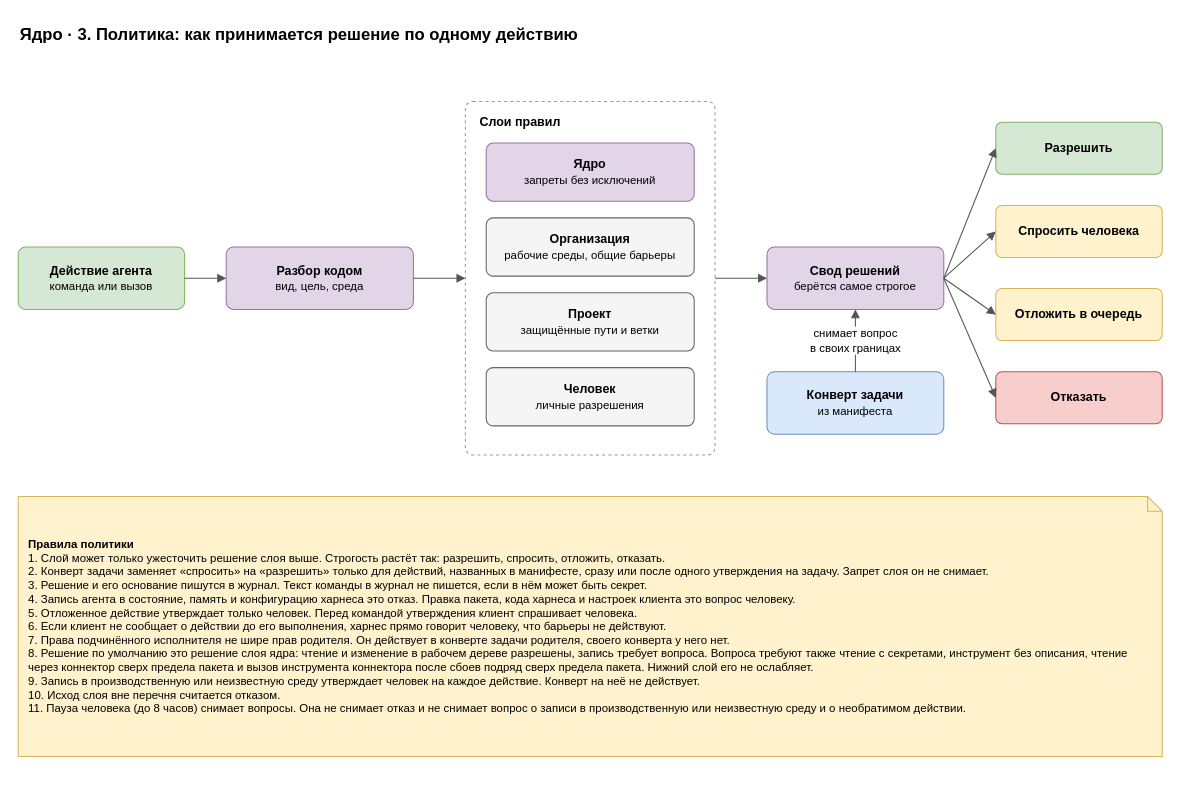
Above: page "3. Решение политики" (3 of 7) of docs/spec/harness-core.drawio in roygkov/reins (draw.io), before the change. Source tidied: cells renumbered, new cells numbered last; positions are measured from the earlier drawing's top-left corner, leaving out a move shared by most shapes. Both pictures are drawn from the tidied source at 104%, with x=0, y=0 at pixel (18, 18).
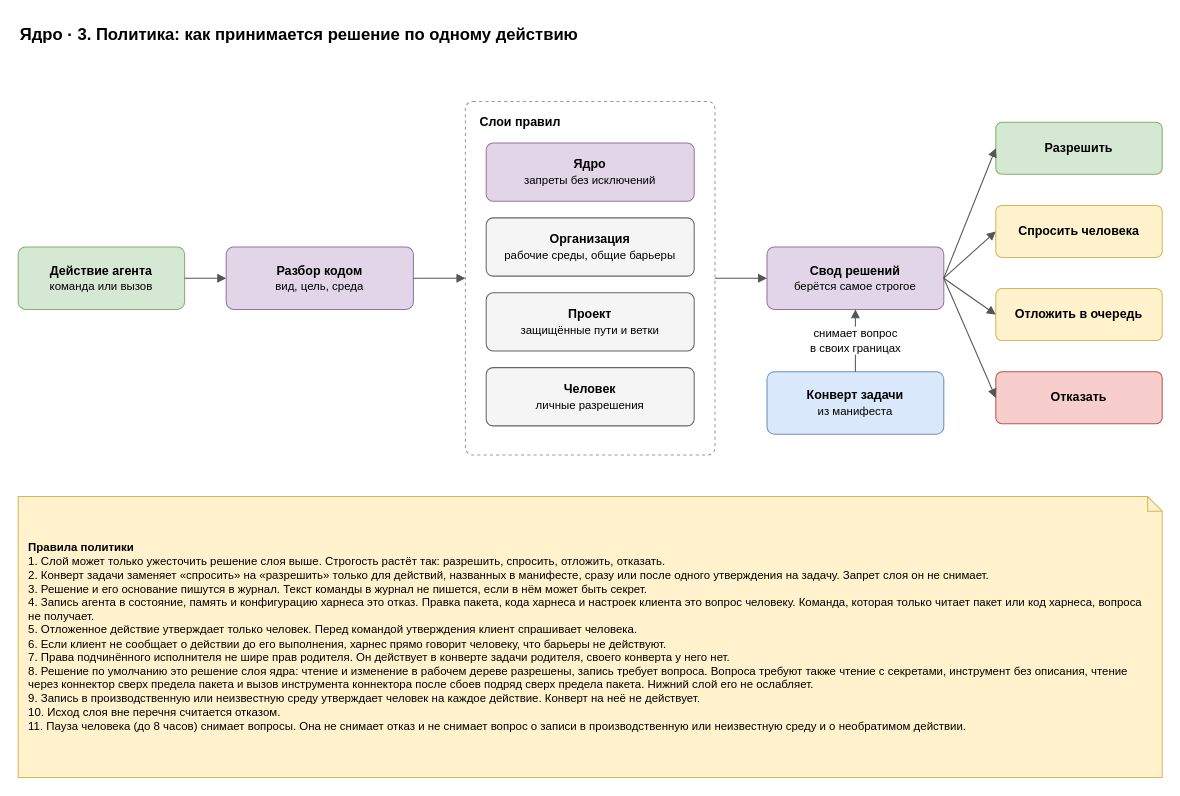
After the change.

Change to the diagram source:
```diff
@@
-    <mxCell id="24" value="&lt;b&gt;Правила политики&lt;/b&gt;&lt;br&gt;1. Слой может только ужесточить решение слоя выше. Строгость растёт так: разрешить, спросить, отложить, отказать.&lt;br&gt;2. Конверт задачи заменяет «спросить» на «разрешить» только для действий, названных в манифесте, сразу или после одного утверждения на задачу. Запрет слоя он не снимает.&lt;br&gt;3. Решение и его основание пишутся в журнал. Текст команды в журнал не пишется, если в нём может быть секрет.&lt;br&gt;4. Запись агента в состояние, память и конфигурацию харнеса это отказ. Правка пакета, кода харнеса и настроек клиента это вопрос человеку.&lt;br&gt;5. Отложенное действие утверждает только человек. Перед командой утверждения клиент спрашивает человека.&lt;br&gt;6. Если клиент не сообщает о действии до его выполнения, харнес прямо говорит человеку, что барьеры не действуют.&lt;br&gt;7. Права подчинённого исполнителя не шире прав родителя. Он действует в конверте задачи родителя, своего конверта у него нет.&lt;br&gt;8. Решение по умолчанию это решение слоя ядра: чтение и изменение в рабочем дереве разрешены, запись требует вопроса. Вопроса требуют также чтение с секретами, инструмент без описания, чтение через коннектор сверх предела пакета и вызов инструмента коннектора после сбоев подряд сверх предела пакета. Нижний слой его не ослабляет.&lt;br&gt;9. Запись в производственную или неизвестную среду утверждает человек на каждое действие. Конверт на неё не действует.&lt;br&gt;10. Исход слоя вне перечня считается отказом.&lt;br&gt;11. Пауза человека (до 8 часов) снимает вопросы. Она не снимает отказ и не снимает вопрос о записи в производственную или неизвестную среду и о необратимом действии." style="shape=note;whiteSpace=wrap;html=1;backgroundOutline=1;size=14;fillColor=#fff2cc;strokeColor=#d6b656;align=left;spacingLeft=8;spacingRight=8;fontSize=11;" parent="1" vertex="1">
-      <mxGeometry y="460" width="1100" height="250" as="geometry" />
+    <mxCell id="24" value="&lt;b&gt;Правила политики&lt;/b&gt;&lt;br&gt;1. Слой может только ужесточить решение слоя выше. Строгость растёт так: разрешить, спросить, отложить, отказать.&lt;br&gt;2. Конверт задачи заменяет «спросить» на «разрешить» только для действий, названных в манифесте, сразу или после одного утверждения на задачу. Запрет слоя он не снимает.&lt;br&gt;3. Решение и его основание пишутся в журнал. Текст команды в журнал не пишется, если в нём может быть секрет.&lt;br&gt;4. Запись агента в состояние, память и конфигурацию харнеса это отказ. Правка пакета, кода харнеса и настроек клиента это вопрос человеку. Команда, которая только читает пакет или код харнеса, вопроса не получает.&lt;br&gt;5. Отложенное действие утверждает только человек. Перед командой утверждения клиент спрашивает человека.&lt;br&gt;6. Если клиент не сообщает о действии до его выполнения, харнес прямо говорит человеку, что барьеры не действуют.&lt;br&gt;7. Права подчинённого исполнителя не шире прав родителя. Он действует в конверте задачи родителя, своего конверта у него нет.&lt;br&gt;8. Решение по умолчанию это решение слоя ядра: чтение и изменение в рабочем дереве разрешены, запись требует вопроса. Вопроса требуют также чтение с секретами, инструмент без описания, чтение через коннектор сверх предела пакета и вызов инструмента коннектора после сбоев подряд сверх предела пакета. Нижний слой его не ослабляет.&lt;br&gt;9. Запись в производственную или неизвестную среду утверждает человек на каждое действие. Конверт на неё не действует.&lt;br&gt;10. Исход слоя вне перечня считается отказом.&lt;br&gt;11. Пауза человека (до 8 часов) снимает вопросы. Она не снимает отказ и не снимает вопрос о записи в производственную или неизвестную среду и о необратимом действии." style="shape=note;whiteSpace=wrap;html=1;backgroundOutline=1;size=14;fillColor=#fff2cc;strokeColor=#d6b656;align=left;spacingLeft=8;spacingRight=8;fontSize=11;" parent="1" vertex="1">
+      <mxGeometry y="460" width="1100" height="270" as="geometry" />
     </mxCell>
```
